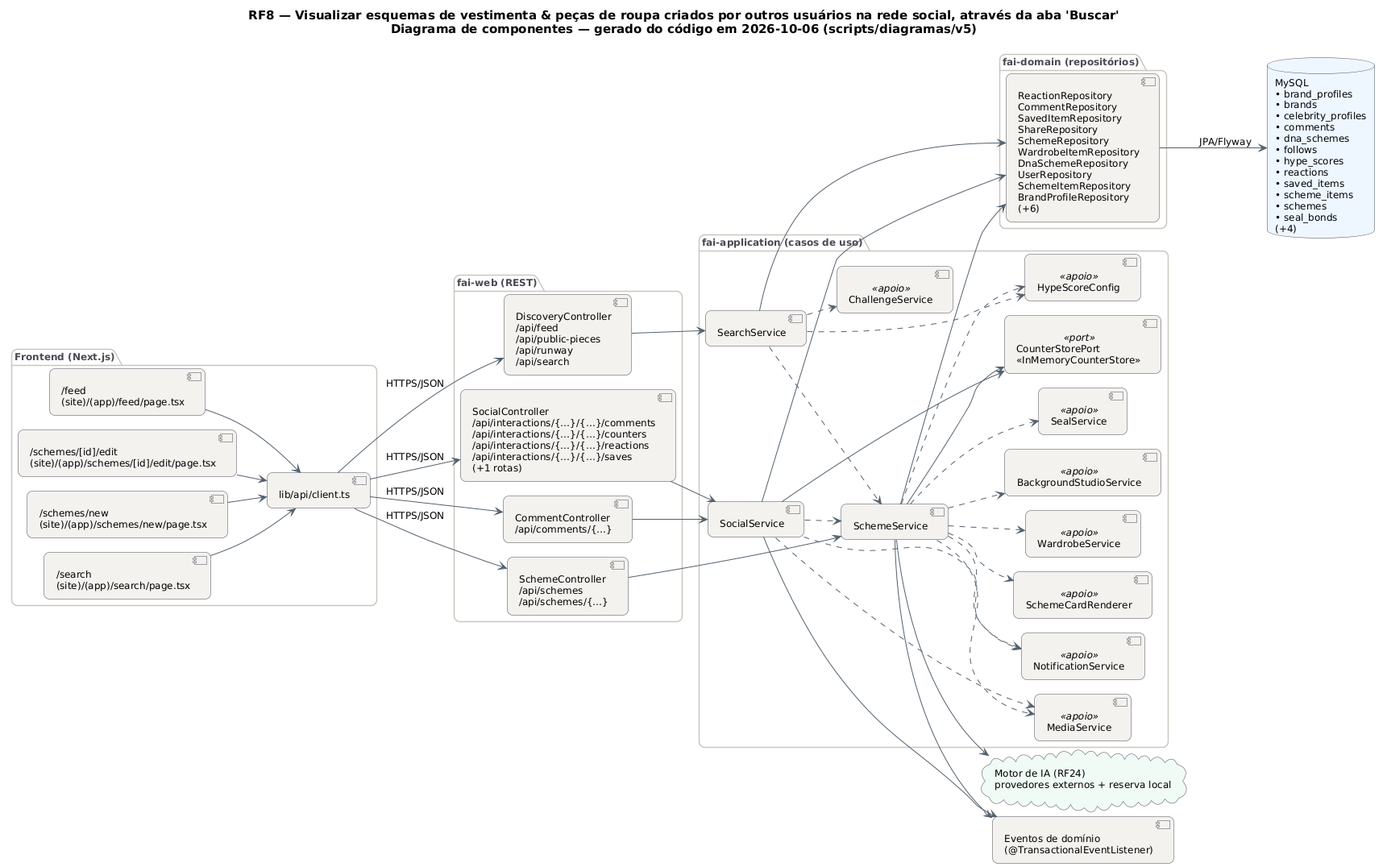
Before: docs/diagramas/RF8/RF8_Componentes.png, a diagram exported from PlantUML (MatheusHaliski/tcc-2026-fashion-ai-backend).
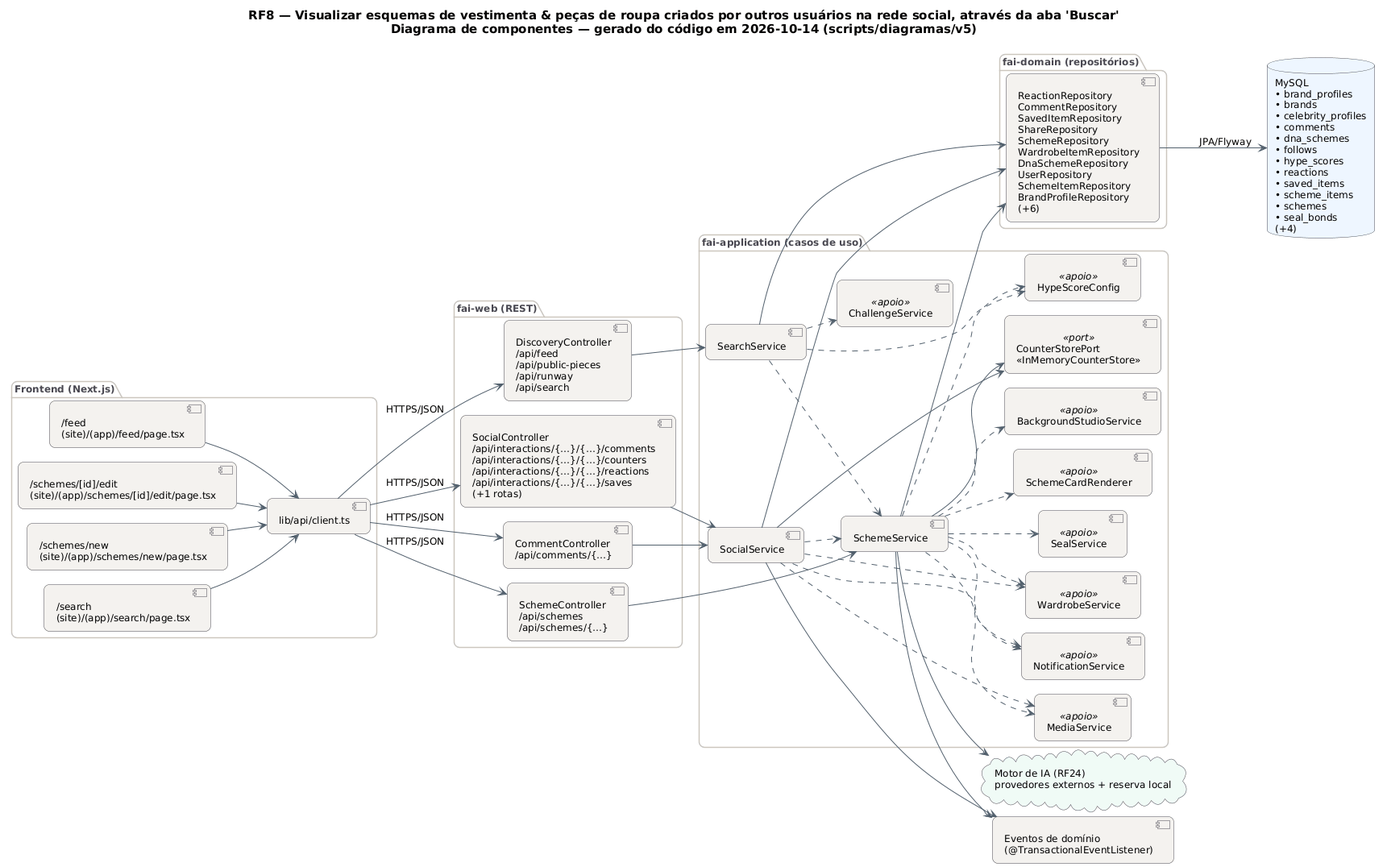
Above is the later version.

Change to the diagram source:
```diff
@@ -29,7 +29,7 @@
   BorderColor #4A4852
 }
 left to right direction
-title RF8 — Visualizar esquemas de vestimenta & peças de roupa criados por outros usuários na rede social, através da aba 'Buscar'\nDiagrama de componentes — gerado do código em 2026-10-06 (scripts/diagramas/v5)
+title RF8 — Visualizar esquemas de vestimenta & peças de roupa criados por outros usuários na rede social, através da aba 'Buscar'\nDiagrama de componentes — gerado do código em 2026-10-14 (scripts/diagramas/v5)
 
 package "Frontend (Next.js)" {
   component "/feed\n(site)/(app)/feed/page.tsx" as FE0
@@ -48,11 +48,11 @@
   component "SocialService" as SocialService
   component "SearchService" as SearchService
   component "SchemeService" as SchemeService
+  component "WardrobeService" as WardrobeService <<apoio>>
   component "NotificationService" as NotificationService <<apoio>>
   component "MediaService" as MediaService <<apoio>>
   component "ChallengeService" as ChallengeService <<apoio>>
   component "HypeScoreConfig" as HypeScoreConfig <<apoio>>
-  component "WardrobeService" as WardrobeService <<apoio>>
   component "BackgroundStudioService" as BackgroundStudioService <<apoio>>
   component "SealService" as SealService <<apoio>>
   component "SchemeCardRenderer" as SchemeCardRenderer <<apoio>>
@@ -98,4 +98,5 @@
 SocialService ..> MediaService
 SocialService ..> NotificationService
 SocialService ..> SchemeService
+SocialService ..> WardrobeService
 @enduml
```
